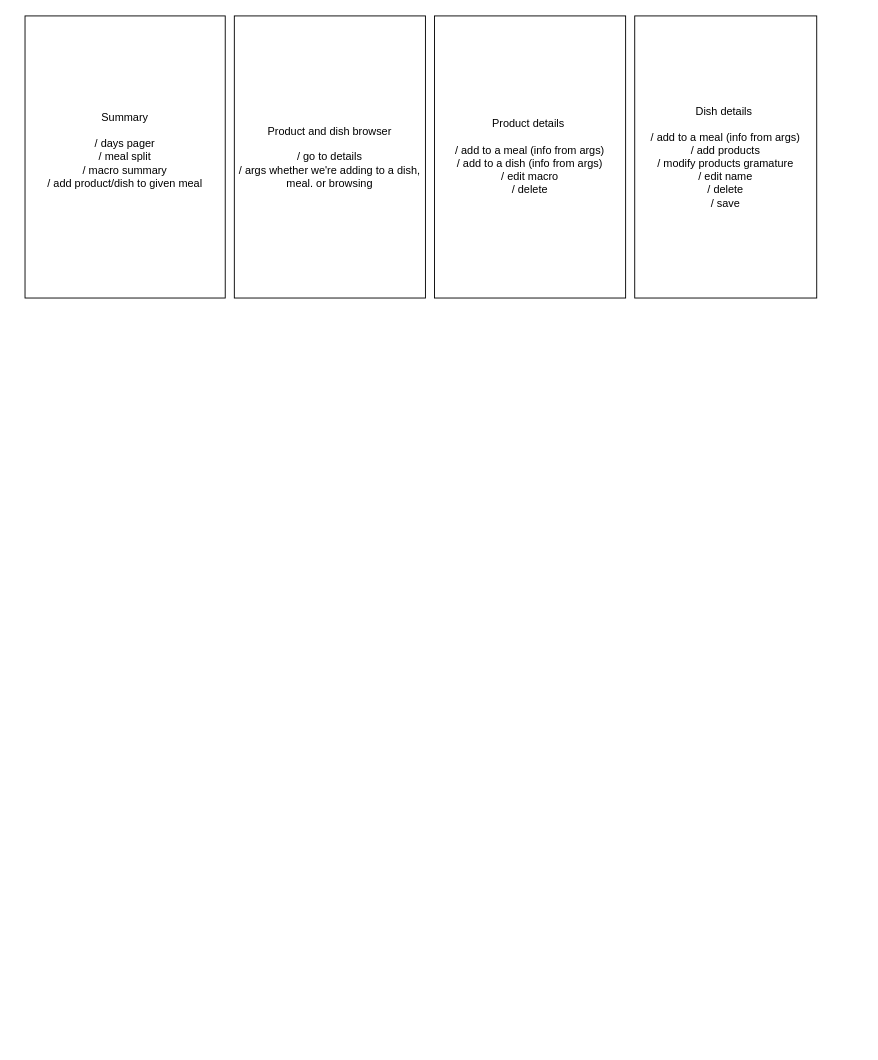
Above: page "screens" (4 of 4) of fiti-architecture.drawio in DamianWoroszyl/fiti (draw.io), before the change. Source tidied: cells renumbered, new cells numbered last; positions are measured from the earlier drawing's top-left corner, leaving out a move shared by most shapes. Both pictures are drawn from the tidied source at 91%, with x=0, y=0 at pixel (25, 15).
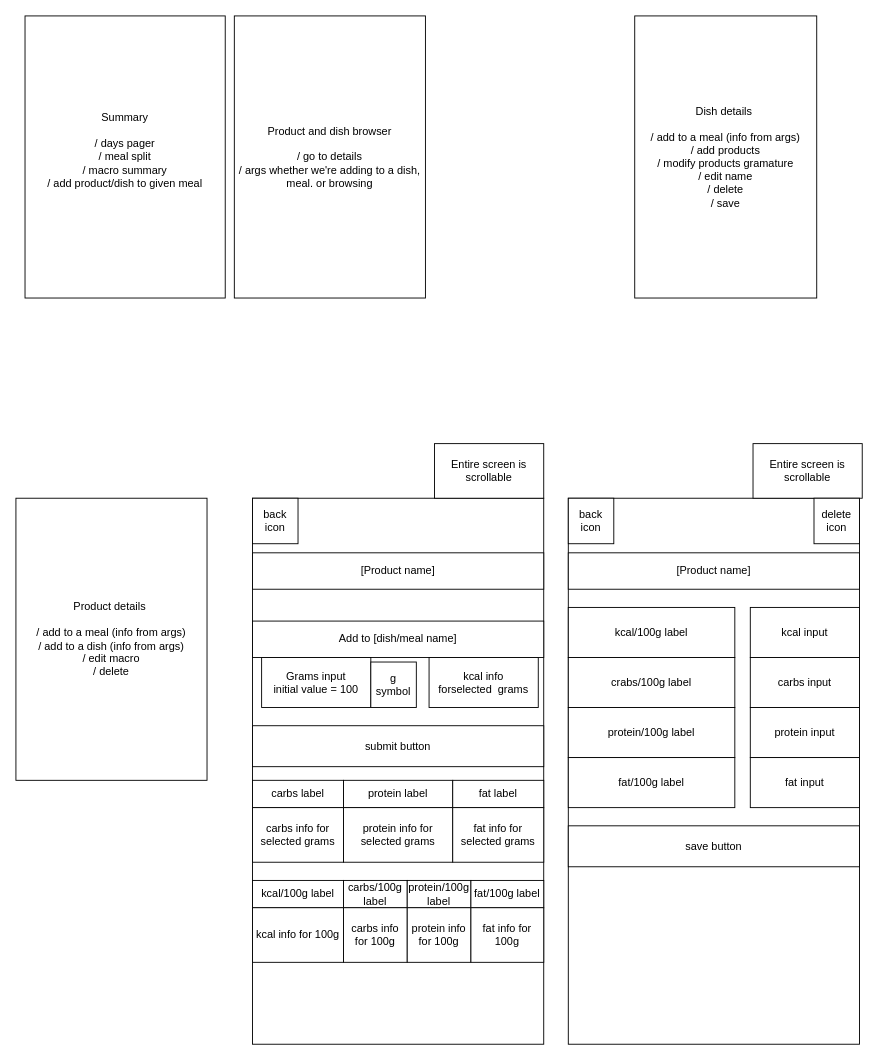
The same diagram, later.

The edit, as a diff of the source:
```diff
@@
     <mxCell id="4" value="Product details&amp;nbsp;&lt;div&gt;&lt;br&gt;&lt;/div&gt;&lt;div&gt;/ add to a meal (info from args)&lt;/div&gt;&lt;div&gt;/ add to a dish (info from args)&lt;/div&gt;&lt;div&gt;/ edit macro&lt;/div&gt;&lt;div&gt;/ delete&lt;/div&gt;" style="rounded=0;whiteSpace=wrap;html=1;" parent="1" vertex="1">
-      <mxGeometry x="450" width="210" height="310" as="geometry" />
+      <mxGeometry x="-10" y="530" width="210" height="310" as="geometry" />
     </mxCell>
@@
+    <mxCell id="6" style="rounded=0;whiteSpace=wrap;html=1;" parent="1" vertex="1">
+      <mxGeometry x="250" y="530" width="320" height="600" as="geometry" />
+    </mxCell>
+    <mxCell id="7" value="Entire screen is scrollable" style="rounded=0;whiteSpace=wrap;html=1;" parent="1" vertex="1">
+      <mxGeometry x="450" y="470" width="120" height="60" as="geometry" />
+    </mxCell>
+    <mxCell id="8" value="back&lt;div&gt;icon&lt;/div&gt;" style="rounded=0;whiteSpace=wrap;html=1;" parent="1" vertex="1">
+      <mxGeometry x="250" y="530" width="50" height="50" as="geometry" />
+    </mxCell>
+    <mxCell id="9" style="rounded=0;whiteSpace=wrap;html=1;" parent="1" vertex="1">
+      <mxGeometry x="597" y="530" width="320" height="600" as="geometry" />
+    </mxCell>
+    <mxCell id="10" value="back&lt;div&gt;icon&lt;/div&gt;" style="rounded=0;whiteSpace=wrap;html=1;" parent="1" vertex="1">
+      <mxGeometry x="597" y="530" width="50" height="50" as="geometry" />
+    </mxCell>
+    <mxCell id="11" value="[Product name]" style="rounded=0;whiteSpace=wrap;html=1;" parent="1" vertex="1">
+      <mxGeometry x="250" y="590" width="320" height="40" as="geometry" />
+    </mxCell>
+    <mxCell id="12" value="Add to [dish/meal name]" style="rounded=0;whiteSpace=wrap;html=1;" parent="1" vertex="1">
+      <mxGeometry x="250" y="665" width="320" height="40" as="geometry" />
+    </mxCell>
+    <mxCell id="13" value="Grams input&lt;div&gt;initial value = 100&lt;/div&gt;" style="rounded=0;whiteSpace=wrap;html=1;" parent="1" vertex="1">
+      <mxGeometry x="260" y="705" width="120" height="55" as="geometry" />
+    </mxCell>
+    <mxCell id="14" value="g symbol" style="rounded=0;whiteSpace=wrap;html=1;" parent="1" vertex="1">
+      <mxGeometry x="380" y="710" width="50" height="50" as="geometry" />
+    </mxCell>
+    <mxCell id="15" value="kcal info forselected&amp;nbsp;&amp;nbsp;grams" style="rounded=0;whiteSpace=wrap;html=1;" parent="1" vertex="1">
+      <mxGeometry x="444" y="705" width="120" height="55" as="geometry" />
+    </mxCell>
+    <mxCell id="16" value="carbs label" style="rounded=0;whiteSpace=wrap;html=1;" parent="1" vertex="1">
+      <mxGeometry x="250" y="840" width="100" height="30" as="geometry" />
+    </mxCell>
+    <mxCell id="17" value="protein label" style="rounded=0;whiteSpace=wrap;html=1;" parent="1" vertex="1">
+      <mxGeometry x="350" y="840" width="120" height="30" as="geometry" />
+    </mxCell>
+    <mxCell id="18" value="fat label" style="rounded=0;whiteSpace=wrap;html=1;" parent="1" vertex="1">
+      <mxGeometry x="470" y="840" width="100" height="30" as="geometry" />
+    </mxCell>
+    <mxCell id="19" value="carbs info for selected grams" style="rounded=0;whiteSpace=wrap;html=1;" parent="1" vertex="1">
+      <mxGeometry x="250" y="870" width="100" height="60" as="geometry" />
+    </mxCell>
+    <mxCell id="20" value="protein info for selected&amp;nbsp;grams" style="rounded=0;whiteSpace=wrap;html=1;" parent="1" vertex="1">
+      <mxGeometry x="350" y="870" width="120" height="60" as="geometry" />
+    </mxCell>
+    <mxCell id="21" value="fat info for selected&amp;nbsp;grams" style="rounded=0;whiteSpace=wrap;html=1;" parent="1" vertex="1">
+      <mxGeometry x="470" y="870" width="100" height="60" as="geometry" />
+    </mxCell>
+    <mxCell id="22" value="carbs/100g label" style="rounded=0;whiteSpace=wrap;html=1;" parent="1" vertex="1">
+      <mxGeometry x="350" y="950" width="70" height="30" as="geometry" />
+    </mxCell>
+    <mxCell id="23" value="protein/100g label" style="rounded=0;whiteSpace=wrap;html=1;" parent="1" vertex="1">
+      <mxGeometry x="420" y="950" width="70" height="30" as="geometry" />
+    </mxCell>
+    <mxCell id="24" value="fat/100g label" style="rounded=0;whiteSpace=wrap;html=1;" parent="1" vertex="1">
+      <mxGeometry x="490" y="950" width="80" height="30" as="geometry" />
+    </mxCell>
+    <mxCell id="25" value="carbs info for 100g" style="rounded=0;whiteSpace=wrap;html=1;" parent="1" vertex="1">
+      <mxGeometry x="350" y="980" width="70" height="60" as="geometry" />
+    </mxCell>
+    <mxCell id="26" value="protein info for 100g" style="rounded=0;whiteSpace=wrap;html=1;" parent="1" vertex="1">
+      <mxGeometry x="420" y="980" width="70" height="60" as="geometry" />
+    </mxCell>
+    <mxCell id="27" value="fat info for 100g" style="rounded=0;whiteSpace=wrap;html=1;" parent="1" vertex="1">
+      <mxGeometry x="490" y="980" width="80" height="60" as="geometry" />
+    </mxCell>
+    <mxCell id="28" value="kcal/100g label" style="rounded=0;whiteSpace=wrap;html=1;" parent="1" vertex="1">
+      <mxGeometry x="250" y="950" width="100" height="30" as="geometry" />
+    </mxCell>
+    <mxCell id="29" value="kcal info for 100g" style="rounded=0;whiteSpace=wrap;html=1;" parent="1" vertex="1">
+      <mxGeometry x="250" y="980" width="100" height="60" as="geometry" />
+    </mxCell>
+    <mxCell id="30" value="submit button" style="rounded=0;whiteSpace=wrap;html=1;" parent="1" vertex="1">
+      <mxGeometry x="250" y="780" width="320" height="45" as="geometry" />
+    </mxCell>
+    <mxCell id="31" value="Entire screen is scrollable" style="rounded=0;whiteSpace=wrap;html=1;" parent="1" vertex="1">
+      <mxGeometry x="800" y="470" width="120" height="60" as="geometry" />
+    </mxCell>
+    <mxCell id="32" value="[Product name]" style="rounded=0;whiteSpace=wrap;html=1;" parent="1" vertex="1">
+      <mxGeometry x="597" y="590" width="320" height="40" as="geometry" />
+    </mxCell>
+    <mxCell id="33" value="kcal/100g label" style="rounded=0;whiteSpace=wrap;html=1;" parent="1" vertex="1">
+      <mxGeometry x="597" y="650" width="183" height="55" as="geometry" />
+    </mxCell>
+    <mxCell id="34" value="kcal input" style="rounded=0;whiteSpace=wrap;html=1;" parent="1" vertex="1">
+      <mxGeometry x="797" y="650" width="120" height="55" as="geometry" />
+    </mxCell>
+    <mxCell id="35" value="crabs/100g label" style="rounded=0;whiteSpace=wrap;html=1;" parent="1" vertex="1">
+      <mxGeometry x="597" y="705" width="183" height="55" as="geometry" />
+    </mxCell>
+    <mxCell id="36" value="carbs input" style="rounded=0;whiteSpace=wrap;html=1;" parent="1" vertex="1">
+      <mxGeometry x="797" y="705" width="120" height="55" as="geometry" />
+    </mxCell>
+    <mxCell id="37" value="protein/100g label" style="rounded=0;whiteSpace=wrap;html=1;" parent="1" vertex="1">
+      <mxGeometry x="597" y="760" width="183" height="55" as="geometry" />
+    </mxCell>
+    <mxCell id="38" value="protein input" style="rounded=0;whiteSpace=wrap;html=1;" parent="1" vertex="1">
+      <mxGeometry x="797" y="760" width="120" height="55" as="geometry" />
+    </mxCell>
+    <mxCell id="39" value="fat/100g label" style="rounded=0;whiteSpace=wrap;html=1;" parent="1" vertex="1">
+      <mxGeometry x="597" y="815" width="183" height="55" as="geometry" />
+    </mxCell>
+    <mxCell id="40" value="fat input" style="rounded=0;whiteSpace=wrap;html=1;" parent="1" vertex="1">
+      <mxGeometry x="797" y="815" width="120" height="55" as="geometry" />
+    </mxCell>
+    <mxCell id="41" value="save button" style="rounded=0;whiteSpace=wrap;html=1;" parent="1" vertex="1">
+      <mxGeometry x="597" y="890" width="320" height="45" as="geometry" />
+    </mxCell>
+    <mxCell id="42" value="delete icon" style="rounded=0;whiteSpace=wrap;html=1;" parent="1" vertex="1">
+      <mxGeometry x="867" y="530" width="50" height="50" as="geometry" />
+    </mxCell>
```
